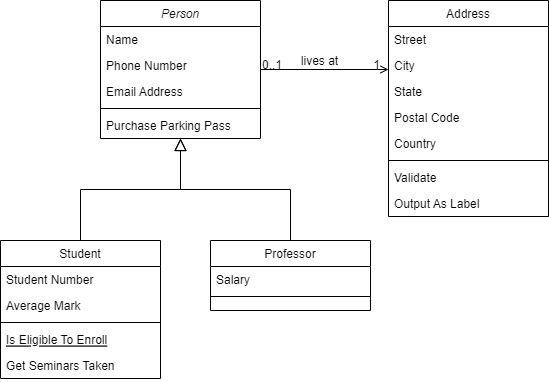
The draw.io diagram balap karung.drawio.png in star-light-company/the-karung-race, before a commit. Source tidied: cells renumbered, new cells last; positions are measured from the earlier drawing's top-left corner, leaving out a move shared by most shapes. Source of this version:
```xml
<mxGraphModel>
  <root>
    <mxCell id="0" />
    <mxCell id="1" parent="0" />
    <mxCell id="2" value="Person" style="swimlane;fontStyle=2;align=center;verticalAlign=top;horizontal=1;startSize=26;rounded=0;shadow=0;strokeWidth=1;" parent="1" vertex="1">
      <mxGeometry x="100" width="160" height="138" as="geometry" />
    </mxCell>
    <mxCell id="3" value="Name" style="text;align=left;verticalAlign=top;spacingLeft=4;spacingRight=4;overflow=hidden;" parent="2" vertex="1">
      <mxGeometry y="26" width="160" height="26" as="geometry" />
    </mxCell>
    <mxCell id="4" value="Phone Number" style="text;align=left;verticalAlign=top;spacingLeft=4;spacingRight=4;overflow=hidden;points=[[0,0.5],[1,0.5]];portConstraint=eastwest;rounded=0;shadow=0;html=0;" parent="2" vertex="1">
      <mxGeometry y="52" width="160" height="26" as="geometry" />
    </mxCell>
    <mxCell id="5" value="Email Address" style="text;align=left;verticalAlign=top;spacingLeft=4;spacingRight=4;overflow=hidden;rounded=0;shadow=0;html=0;" parent="2" vertex="1">
      <mxGeometry y="78" width="160" height="26" as="geometry" />
    </mxCell>
    <mxCell id="6" style="line;html=1;strokeWidth=1;align=left;verticalAlign=middle;spacingTop=-1;spacingLeft=3;spacingRight=3;labelPosition=right;" parent="2" vertex="1">
      <mxGeometry y="104" width="160" height="8" as="geometry" />
    </mxCell>
    <mxCell id="7" value="Purchase Parking Pass" style="text;align=left;verticalAlign=top;spacingLeft=4;spacingRight=4;overflow=hidden;" parent="2" vertex="1">
      <mxGeometry y="112" width="160" height="26" as="geometry" />
    </mxCell>
    <mxCell id="8" value="Student" style="swimlane;fontStyle=0;align=center;verticalAlign=top;horizontal=1;startSize=26;rounded=0;shadow=0;strokeWidth=1;" parent="1" vertex="1">
      <mxGeometry y="240" width="160" height="138" as="geometry" />
    </mxCell>
    <mxCell id="9" value="Student Number" style="text;align=left;verticalAlign=top;spacingLeft=4;spacingRight=4;overflow=hidden;" parent="8" vertex="1">
      <mxGeometry y="26" width="160" height="26" as="geometry" />
    </mxCell>
    <mxCell id="10" value="Average Mark" style="text;align=left;verticalAlign=top;spacingLeft=4;spacingRight=4;overflow=hidden;rounded=0;shadow=0;html=0;" parent="8" vertex="1">
      <mxGeometry y="52" width="160" height="26" as="geometry" />
    </mxCell>
    <mxCell id="11" style="line;html=1;strokeWidth=1;align=left;verticalAlign=middle;spacingTop=-1;spacingLeft=3;spacingRight=3;labelPosition=right;" parent="8" vertex="1">
      <mxGeometry y="78" width="160" height="8" as="geometry" />
    </mxCell>
    <mxCell id="12" value="Is Eligible To Enroll" style="text;align=left;verticalAlign=top;spacingLeft=4;spacingRight=4;overflow=hidden;fontStyle=4;" parent="8" vertex="1">
      <mxGeometry y="86" width="160" height="26" as="geometry" />
    </mxCell>
    <mxCell id="13" value="Get Seminars Taken" style="text;align=left;verticalAlign=top;spacingLeft=4;spacingRight=4;overflow=hidden;" parent="8" vertex="1">
      <mxGeometry y="112" width="160" height="26" as="geometry" />
    </mxCell>
    <mxCell id="14" style="endArrow=block;endSize=10;endFill=0;shadow=0;strokeWidth=1;rounded=0;edgeStyle=elbowEdgeStyle;elbow=vertical;" parent="1" edge="1" source="8" target="2">
      <mxGeometry relative="1" as="geometry" />
    </mxCell>
    <mxCell id="15" value="Professor" style="swimlane;fontStyle=0;align=center;verticalAlign=top;horizontal=1;startSize=26;rounded=0;shadow=0;strokeWidth=1;" parent="1" vertex="1">
      <mxGeometry x="210" y="240" width="160" height="70" as="geometry" />
    </mxCell>
    <mxCell id="16" value="Salary" style="text;align=left;verticalAlign=top;spacingLeft=4;spacingRight=4;overflow=hidden;points=[[0,0.5],[1,0.5]];portConstraint=eastwest;" parent="15" vertex="1">
      <mxGeometry y="26" width="160" height="26" as="geometry" />
    </mxCell>
    <mxCell id="17" style="line;html=1;strokeWidth=1;align=left;verticalAlign=middle;spacingTop=-1;spacingLeft=3;spacingRight=3;labelPosition=right;" parent="15" vertex="1">
      <mxGeometry y="52" width="160" height="8" as="geometry" />
    </mxCell>
    <mxCell id="18" style="endArrow=block;endSize=10;endFill=0;shadow=0;strokeWidth=1;rounded=0;edgeStyle=elbowEdgeStyle;elbow=vertical;" parent="1" edge="1" source="15" target="2">
      <mxGeometry relative="1" as="geometry" />
    </mxCell>
    <mxCell id="19" value="Address" style="swimlane;fontStyle=0;align=center;verticalAlign=top;horizontal=1;startSize=26;rounded=0;shadow=0;strokeWidth=1;" parent="1" vertex="1">
      <mxGeometry x="388" width="160" height="216" as="geometry" />
    </mxCell>
    <mxCell id="20" value="Street" style="text;align=left;verticalAlign=top;spacingLeft=4;spacingRight=4;overflow=hidden;" parent="19" vertex="1">
      <mxGeometry y="26" width="160" height="26" as="geometry" />
    </mxCell>
    <mxCell id="21" value="City" style="text;align=left;verticalAlign=top;spacingLeft=4;spacingRight=4;overflow=hidden;points=[[0,0.5],[1,0.5]];portConstraint=eastwest;rounded=0;shadow=0;html=0;" parent="19" vertex="1">
      <mxGeometry y="52" width="160" height="26" as="geometry" />
    </mxCell>
    <mxCell id="22" value="State" style="text;align=left;verticalAlign=top;spacingLeft=4;spacingRight=4;overflow=hidden;rounded=0;shadow=0;html=0;" parent="19" vertex="1">
      <mxGeometry y="78" width="160" height="26" as="geometry" />
    </mxCell>
    <mxCell id="23" value="Postal Code" style="text;align=left;verticalAlign=top;spacingLeft=4;spacingRight=4;overflow=hidden;rounded=0;shadow=0;html=0;" parent="19" vertex="1">
      <mxGeometry y="104" width="160" height="26" as="geometry" />
    </mxCell>
    <mxCell id="24" value="Country" style="text;align=left;verticalAlign=top;spacingLeft=4;spacingRight=4;overflow=hidden;rounded=0;shadow=0;html=0;" parent="19" vertex="1">
      <mxGeometry y="130" width="160" height="26" as="geometry" />
    </mxCell>
    <mxCell id="25" style="line;html=1;strokeWidth=1;align=left;verticalAlign=middle;spacingTop=-1;spacingLeft=3;spacingRight=3;labelPosition=right;" parent="19" vertex="1">
      <mxGeometry y="156" width="160" height="8" as="geometry" />
    </mxCell>
    <mxCell id="26" value="Validate" style="text;align=left;verticalAlign=top;spacingLeft=4;spacingRight=4;overflow=hidden;" parent="19" vertex="1">
      <mxGeometry y="164" width="160" height="26" as="geometry" />
    </mxCell>
    <mxCell id="27" value="Output As Label" style="text;align=left;verticalAlign=top;spacingLeft=4;spacingRight=4;overflow=hidden;" parent="19" vertex="1">
      <mxGeometry y="190" width="160" height="26" as="geometry" />
    </mxCell>
    <mxCell id="28" style="endArrow=open;shadow=0;strokeWidth=1;rounded=0;endFill=1;edgeStyle=elbowEdgeStyle;elbow=vertical;" parent="1" edge="1" source="2" target="19">
      <mxGeometry x="0.5" y="41" relative="1" as="geometry">
        <mxPoint x="-40" y="32" as="offset" />
      </mxGeometry>
    </mxCell>
    <mxCell id="29" value="0..1" style="align=left;verticalAlign=bottom;labelBackgroundColor=none;fontSize=12;" parent="28" vertex="1">
      <mxGeometry x="-1" relative="1" as="geometry">
        <mxPoint y="4" as="offset" />
      </mxGeometry>
    </mxCell>
    <mxCell id="30" value="1" style="align=right;verticalAlign=bottom;labelBackgroundColor=none;fontSize=12;" parent="28" vertex="1">
      <mxGeometry x="1" relative="1" as="geometry">
        <mxPoint x="-7" y="4" as="offset" />
      </mxGeometry>
    </mxCell>
    <mxCell id="31" value="lives at" style="text;html=1;align=center;verticalAlign=middle;labelBackgroundColor=none;rounded=0;shadow=0;strokeWidth=1;fontSize=12;" parent="28" vertex="1">
      <mxGeometry x="0.5" y="49" relative="1" as="geometry">
        <mxPoint x="-38" y="40" as="offset" />
      </mxGeometry>
    </mxCell>
  </root>
</mxGraphModel>
```
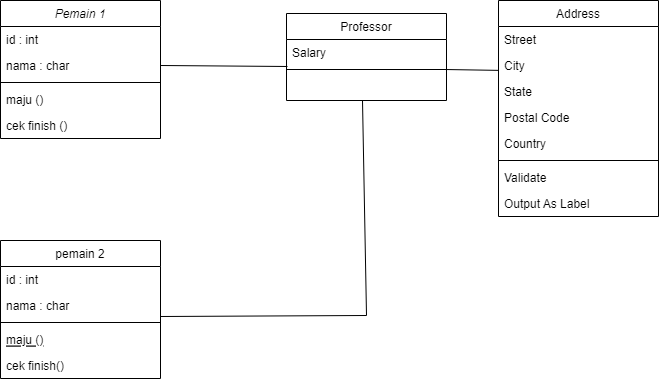
Later version of the same file.

Change to the diagram source:
```diff
@@ -2,47 +2,44 @@
   <root>
     <mxCell id="0" />
     <mxCell id="1" parent="0" />
-    <mxCell id="2" value="Person" style="swimlane;fontStyle=2;align=center;verticalAlign=top;horizontal=1;startSize=26;rounded=0;shadow=0;strokeWidth=1;" parent="1" vertex="1">
-      <mxGeometry x="100" width="160" height="138" as="geometry" />
+    <mxCell id="2" value="Pemain 1" style="swimlane;fontStyle=2;align=center;verticalAlign=top;horizontal=1;startSize=26;rounded=0;shadow=0;strokeWidth=1;" parent="1" vertex="1">
+      <mxGeometry width="160" height="138" as="geometry" />
     </mxCell>
-    <mxCell id="3" value="Name" style="text;align=left;verticalAlign=top;spacingLeft=4;spacingRight=4;overflow=hidden;" parent="2" vertex="1">
+    <mxCell id="3" value="id : int" style="text;align=left;verticalAlign=top;spacingLeft=4;spacingRight=4;overflow=hidden;" parent="2" vertex="1">
       <mxGeometry y="26" width="160" height="26" as="geometry" />
     </mxCell>
-    <mxCell id="4" value="Phone Number" style="text;align=left;verticalAlign=top;spacingLeft=4;spacingRight=4;overflow=hidden;points=[[0,0.5],[1,0.5]];portConstraint=eastwest;rounded=0;shadow=0;html=0;" parent="2" vertex="1">
+    <mxCell id="4" value="nama : char" style="text;align=left;verticalAlign=top;spacingLeft=4;spacingRight=4;overflow=hidden;points=[[0,0.5],[1,0.5]];portConstraint=eastwest;rounded=0;shadow=0;html=0;" parent="2" vertex="1">
       <mxGeometry y="52" width="160" height="26" as="geometry" />
     </mxCell>
-    <mxCell id="5" value="Email Address" style="text;align=left;verticalAlign=top;spacingLeft=4;spacingRight=4;overflow=hidden;rounded=0;shadow=0;html=0;" parent="2" vertex="1">
-      <mxGeometry y="78" width="160" height="26" as="geometry" />
-    </mxCell>
     <mxCell id="6" style="line;html=1;strokeWidth=1;align=left;verticalAlign=middle;spacingTop=-1;spacingLeft=3;spacingRight=3;labelPosition=right;" parent="2" vertex="1">
-      <mxGeometry y="104" width="160" height="8" as="geometry" />
+      <mxGeometry y="78" width="160" height="8" as="geometry" />
     </mxCell>
-    <mxCell id="7" value="Purchase Parking Pass" style="text;align=left;verticalAlign=top;spacingLeft=4;spacingRight=4;overflow=hidden;" parent="2" vertex="1">
-      <mxGeometry y="112" width="160" height="26" as="geometry" />
+    <mxCell id="7" value="maju ()" style="text;align=left;verticalAlign=top;spacingLeft=4;spacingRight=4;overflow=hidden;" parent="2" vertex="1">
+      <mxGeometry y="86" width="160" height="26" as="geometry" />
     </mxCell>
+    <mxCell id="32" value="cek finish ()" style="text;align=left;verticalAlign=top;spacingLeft=4;spacingRight=4;overflow=hidden;" parent="2" vertex="1">
+      <mxGeometry y="112" width="160" height="26" as="geometry" />
+    </mxCell>
-    <mxCell id="8" value="Student" style="swimlane;fontStyle=0;align=center;verticalAlign=top;horizontal=1;startSize=26;rounded=0;shadow=0;strokeWidth=1;" parent="1" vertex="1">
+    <mxCell id="8" value="pemain 2" style="swimlane;fontStyle=0;align=center;verticalAlign=top;horizontal=1;startSize=26;rounded=0;shadow=0;strokeWidth=1;" parent="1" vertex="1">
       <mxGeometry y="240" width="160" height="138" as="geometry" />
     </mxCell>
-    <mxCell id="9" value="Student Number" style="text;align=left;verticalAlign=top;spacingLeft=4;spacingRight=4;overflow=hidden;" parent="8" vertex="1">
+    <mxCell id="9" value="id : int" style="text;align=left;verticalAlign=top;spacingLeft=4;spacingRight=4;overflow=hidden;" parent="8" vertex="1">
       <mxGeometry y="26" width="160" height="26" as="geometry" />
     </mxCell>
-    <mxCell id="10" value="Average Mark" style="text;align=left;verticalAlign=top;spacingLeft=4;spacingRight=4;overflow=hidden;rounded=0;shadow=0;html=0;" parent="8" vertex="1">
+    <mxCell id="10" value="nama : char" style="text;align=left;verticalAlign=top;spacingLeft=4;spacingRight=4;overflow=hidden;rounded=0;shadow=0;html=0;" parent="8" vertex="1">
       <mxGeometry y="52" width="160" height="26" as="geometry" />
     </mxCell>
     <mxCell id="11" style="line;html=1;strokeWidth=1;align=left;verticalAlign=middle;spacingTop=-1;spacingLeft=3;spacingRight=3;labelPosition=right;" parent="8" vertex="1">
       <mxGeometry y="78" width="160" height="8" as="geometry" />
     </mxCell>
-    <mxCell id="12" value="Is Eligible To Enroll" style="text;align=left;verticalAlign=top;spacingLeft=4;spacingRight=4;overflow=hidden;fontStyle=4;" parent="8" vertex="1">
+    <mxCell id="12" value="maju ()" style="text;align=left;verticalAlign=top;spacingLeft=4;spacingRight=4;overflow=hidden;fontStyle=4;" parent="8" vertex="1">
       <mxGeometry y="86" width="160" height="26" as="geometry" />
     </mxCell>
-    <mxCell id="13" value="Get Seminars Taken" style="text;align=left;verticalAlign=top;spacingLeft=4;spacingRight=4;overflow=hidden;" parent="8" vertex="1">
+    <mxCell id="13" value="cek finish()" style="text;align=left;verticalAlign=top;spacingLeft=4;spacingRight=4;overflow=hidden;" parent="8" vertex="1">
       <mxGeometry y="112" width="160" height="26" as="geometry" />
     </mxCell>
-    <mxCell id="14" style="endArrow=block;endSize=10;endFill=0;shadow=0;strokeWidth=1;rounded=0;edgeStyle=elbowEdgeStyle;elbow=vertical;" parent="1" edge="1" source="8" target="2">
-      <mxGeometry relative="1" as="geometry" />
-    </mxCell>
     <mxCell id="15" value="Professor" style="swimlane;fontStyle=0;align=center;verticalAlign=top;horizontal=1;startSize=26;rounded=0;shadow=0;strokeWidth=1;" parent="1" vertex="1">
-      <mxGeometry x="210" y="240" width="160" height="70" as="geometry" />
+      <mxGeometry x="286" y="13" width="160" height="87" as="geometry" />
     </mxCell>
     <mxCell id="16" value="Salary" style="text;align=left;verticalAlign=top;spacingLeft=4;spacingRight=4;overflow=hidden;points=[[0,0.5],[1,0.5]];portConstraint=eastwest;" parent="15" vertex="1">
       <mxGeometry y="26" width="160" height="26" as="geometry" />
@@ -50,11 +47,13 @@
     <mxCell id="17" style="line;html=1;strokeWidth=1;align=left;verticalAlign=middle;spacingTop=-1;spacingLeft=3;spacingRight=3;labelPosition=right;" parent="15" vertex="1">
       <mxGeometry y="52" width="160" height="8" as="geometry" />
     </mxCell>
-    <mxCell id="18" style="endArrow=block;endSize=10;endFill=0;shadow=0;strokeWidth=1;rounded=0;edgeStyle=elbowEdgeStyle;elbow=vertical;" parent="1" edge="1" source="15" target="2">
-      <mxGeometry relative="1" as="geometry" />
-    </mxCell>
+    <mxCell id="33" style="endArrow=none;html=1;rounded=0;exitX=0.969;exitY=0.625;exitDx=0;exitDy=0;exitPerimeter=0;entryX=-0.003;entryY=0.687;entryDx=0;entryDy=0;entryPerimeter=0;" parent="15" edge="1" target="21">
+      <mxGeometry relative="1" as="geometry">
+        <mxPoint x="158" y="56" as="sourcePoint" />
+      </mxGeometry>
+    </mxCell>
     <mxCell id="19" value="Address" style="swimlane;fontStyle=0;align=center;verticalAlign=top;horizontal=1;startSize=26;rounded=0;shadow=0;strokeWidth=1;" parent="1" vertex="1">
-      <mxGeometry x="388" width="160" height="216" as="geometry" />
+      <mxGeometry x="498" width="160" height="216" as="geometry" />
     </mxCell>
     <mxCell id="20" value="Street" style="text;align=left;verticalAlign=top;spacingLeft=4;spacingRight=4;overflow=hidden;" parent="19" vertex="1">
       <mxGeometry y="26" width="160" height="26" as="geometry" />
@@ -80,25 +79,17 @@
     <mxCell id="27" value="Output As Label" style="text;align=left;verticalAlign=top;spacingLeft=4;spacingRight=4;overflow=hidden;" parent="19" vertex="1">
       <mxGeometry y="190" width="160" height="26" as="geometry" />
     </mxCell>
-    <mxCell id="28" style="endArrow=open;shadow=0;strokeWidth=1;rounded=0;endFill=1;edgeStyle=elbowEdgeStyle;elbow=vertical;" parent="1" edge="1" source="2" target="19">
-      <mxGeometry x="0.5" y="41" relative="1" as="geometry">
-        <mxPoint x="-40" y="32" as="offset" />
-      </mxGeometry>
-    </mxCell>
-    <mxCell id="29" value="0..1" style="align=left;verticalAlign=bottom;labelBackgroundColor=none;fontSize=12;" parent="28" vertex="1">
-      <mxGeometry x="-1" relative="1" as="geometry">
-        <mxPoint y="4" as="offset" />
-      </mxGeometry>
-    </mxCell>
-    <mxCell id="30" value="1" style="align=right;verticalAlign=bottom;labelBackgroundColor=none;fontSize=12;" parent="28" vertex="1">
-      <mxGeometry x="1" relative="1" as="geometry">
-        <mxPoint x="-7" y="4" as="offset" />
-      </mxGeometry>
-    </mxCell>
-    <mxCell id="31" value="lives at" style="text;html=1;align=center;verticalAlign=middle;labelBackgroundColor=none;rounded=0;shadow=0;strokeWidth=1;fontSize=12;" parent="28" vertex="1">
-      <mxGeometry x="0.5" y="49" relative="1" as="geometry">
-        <mxPoint x="-38" y="40" as="offset" />
-      </mxGeometry>
-    </mxCell>
+    <mxCell id="34" style="endArrow=none;html=1;rounded=0;entryX=0.5;entryY=1;entryDx=0;entryDy=0;exitX=1.025;exitY=0.923;exitDx=0;exitDy=0;exitPerimeter=0;" parent="1" edge="1">
+      <mxGeometry relative="1" as="geometry">
+        <mxPoint x="160" y="316" as="sourcePoint" />
+        <mxPoint x="362" y="100" as="targetPoint" />
+        <Array as="points">
+          <mxPoint x="366" y="315" />
+        </Array>
+      </mxGeometry>
+    </mxCell>
+    <mxCell id="35" style="endArrow=none;html=1;rounded=0;entryX=0.006;entryY=1.038;entryDx=0;entryDy=0;exitX=1;exitY=0.5;exitDx=0;exitDy=0;entryPerimeter=0;" parent="1" edge="1" source="4" target="16">
+      <mxGeometry relative="1" as="geometry" />
+    </mxCell>
   </root>
 </mxGraphModel>
```
